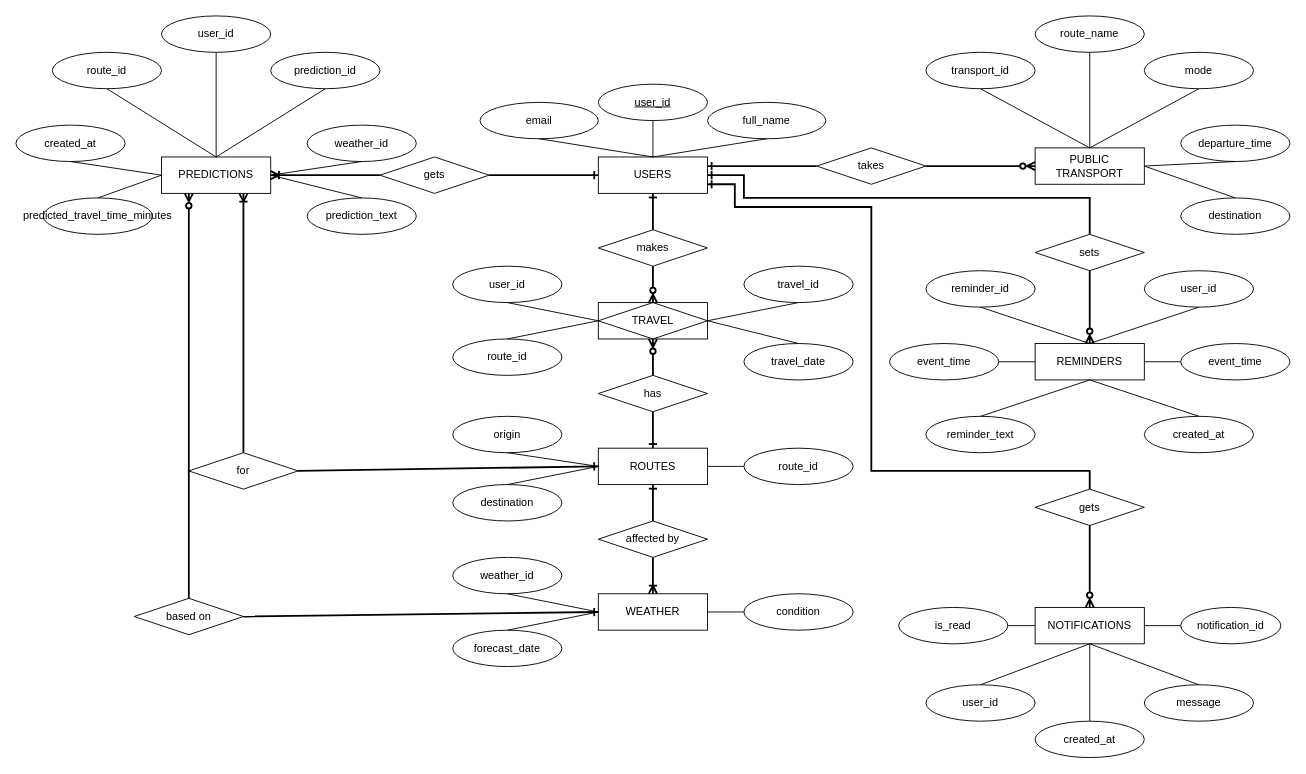
The draw.io diagram ERD.drawio in jjjandib6013/IT-IMDBSYS31, before the edit. Source tidied: cells renumbered, new cells numbered last; positions are measured from the earlier drawing's top-left corner, leaving out a move shared by most shapes. Both pictures are drawn from the tidied source at 91%, with x=0, y=0 at pixel (15, 15).
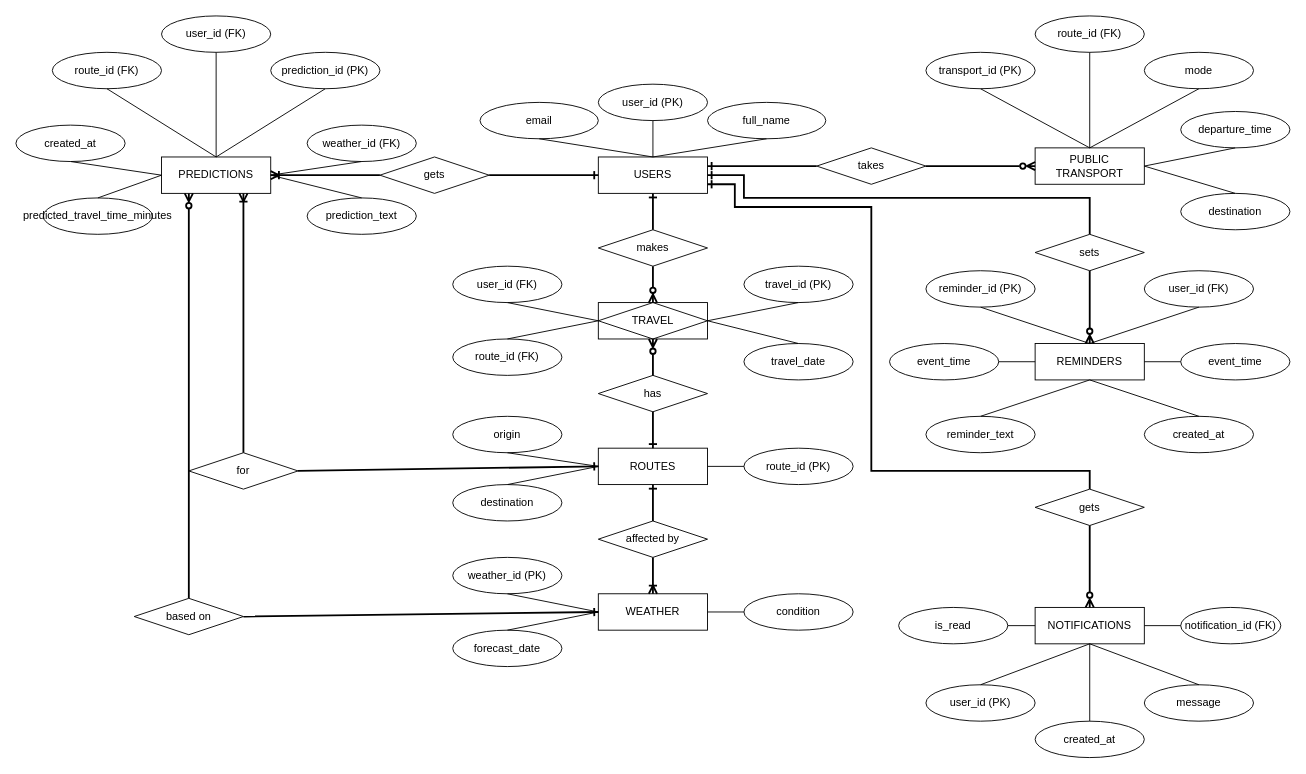
The same diagram, later.

The edit, as a diff of the source:
```diff
@@
-    <mxCell id="16" value="&lt;u&gt;user_id&lt;/u&gt;" style="ellipse;whiteSpace=wrap;html=1;align=center;" parent="1" vertex="1">
+    <mxCell id="16" value="user_id&amp;nbsp;(PK)" style="ellipse;whiteSpace=wrap;html=1;align=center;" parent="1" vertex="1">
       <mxGeometry x="640" y="75" width="120" height="40" as="geometry" />
     </mxCell>
@@
-    <mxCell id="26" value="user_id" style="ellipse;whiteSpace=wrap;html=1;align=center;" parent="1" vertex="1">
+    <mxCell id="26" value="user_id (FK)" style="ellipse;whiteSpace=wrap;html=1;align=center;" parent="1" vertex="1">
       <mxGeometry x="480" y="275" width="120" height="40" as="geometry" />
     </mxCell>
-    <mxCell id="27" value="route_id" style="ellipse;whiteSpace=wrap;html=1;align=center;" parent="1" vertex="1">
+    <mxCell id="27" value="route_id (FK)" style="ellipse;whiteSpace=wrap;html=1;align=center;" parent="1" vertex="1">
       <mxGeometry x="480" y="355" width="120" height="40" as="geometry" />
     </mxCell>
-    <mxCell id="28" value="travel_id" style="ellipse;whiteSpace=wrap;html=1;align=center;" parent="1" vertex="1">
+    <mxCell id="28" value="travel_id (PK)" style="ellipse;whiteSpace=wrap;html=1;align=center;" parent="1" vertex="1">
       <mxGeometry x="800" y="275" width="120" height="40" as="geometry" />
     </mxCell>
@@
-    <mxCell id="32" value="route_id" style="ellipse;whiteSpace=wrap;html=1;align=center;" parent="1" vertex="1">
+    <mxCell id="32" value="route_id (PK)" style="ellipse;whiteSpace=wrap;html=1;align=center;" parent="1" vertex="1">
       <mxGeometry x="800" y="475" width="120" height="40" as="geometry" />
     </mxCell>
-    <mxCell id="33" value="weather_id" style="ellipse;whiteSpace=wrap;html=1;align=center;" parent="1" vertex="1">
+    <mxCell id="33" value="weather_id (PK)" style="ellipse;whiteSpace=wrap;html=1;align=center;" parent="1" vertex="1">
       <mxGeometry x="480" y="595" width="120" height="40" as="geometry" />
     </mxCell>
@@
-    <mxCell id="38" value="notification_id" style="ellipse;whiteSpace=wrap;html=1;align=center;" parent="1" vertex="1">
+    <mxCell id="38" value="notification_id (FK)" style="ellipse;whiteSpace=wrap;html=1;align=center;" parent="1" vertex="1">
       <mxGeometry x="1280" y="650" width="110" height="40" as="geometry" />
     </mxCell>
@@
-    <mxCell id="41" value="user_id" style="ellipse;whiteSpace=wrap;html=1;align=center;" parent="1" vertex="1">
+    <mxCell id="41" value="user_id (FK)" style="ellipse;whiteSpace=wrap;html=1;align=center;" parent="1" vertex="1">
       <mxGeometry x="160" width="120" height="40" as="geometry" />
     </mxCell>
-    <mxCell id="42" value="route_id" style="ellipse;whiteSpace=wrap;html=1;align=center;" parent="1" vertex="1">
+    <mxCell id="42" value="route_id (FK)" style="ellipse;whiteSpace=wrap;html=1;align=center;" parent="1" vertex="1">
       <mxGeometry x="40" y="40" width="120" height="40" as="geometry" />
     </mxCell>
@@
-    <mxCell id="44" value="prediction_id" style="ellipse;whiteSpace=wrap;html=1;align=center;" parent="1" vertex="1">
+    <mxCell id="44" value="prediction_id (PK)" style="ellipse;whiteSpace=wrap;html=1;align=center;" parent="1" vertex="1">
       <mxGeometry x="280" y="40" width="120" height="40" as="geometry" />
     </mxCell>
@@
-    <mxCell id="46" value="user_id" style="ellipse;whiteSpace=wrap;html=1;align=center;" parent="1" vertex="1">
+    <mxCell id="46" value="user_id (FK)" style="ellipse;whiteSpace=wrap;html=1;align=center;" parent="1" vertex="1">
       <mxGeometry x="1240" y="280" width="120" height="40" as="geometry" />
     </mxCell>
@@
-    <mxCell id="50" value="reminder_id" style="ellipse;whiteSpace=wrap;html=1;align=center;" parent="1" vertex="1">
+    <mxCell id="50" value="reminder_id (PK)" style="ellipse;whiteSpace=wrap;html=1;align=center;" parent="1" vertex="1">
       <mxGeometry x="1000" y="280" width="120" height="40" as="geometry" />
     </mxCell>
-    <mxCell id="51" value="weather_id" style="ellipse;whiteSpace=wrap;html=1;align=center;" parent="1" vertex="1">
+    <mxCell id="51" value="weather_id (FK)" style="ellipse;whiteSpace=wrap;html=1;align=center;" parent="1" vertex="1">
       <mxGeometry x="320" y="120" width="120" height="40" as="geometry" />
     </mxCell>
@@
-    <mxCell id="53" value="user_id" style="ellipse;whiteSpace=wrap;html=1;align=center;" parent="1" vertex="1">
+    <mxCell id="53" value="user_id (PK)" style="ellipse;whiteSpace=wrap;html=1;align=center;" parent="1" vertex="1">
       <mxGeometry x="1000" y="735" width="120" height="40" as="geometry" />
     </mxCell>
-    <mxCell id="54" value="transport_id" style="ellipse;whiteSpace=wrap;html=1;align=center;rotation=0;" parent="1" vertex="1">
+    <mxCell id="54" value="transport_id (PK)" style="ellipse;whiteSpace=wrap;html=1;align=center;rotation=0;" parent="1" vertex="1">
       <mxGeometry x="1000" y="40" width="120" height="40" as="geometry" />
     </mxCell>
     <mxCell id="55" value="destination" style="ellipse;whiteSpace=wrap;html=1;align=center;" parent="1" vertex="1">
-      <mxGeometry x="1280" y="200" width="120" height="40" as="geometry" />
+      <mxGeometry x="1280" y="195" width="120" height="40" as="geometry" />
     </mxCell>
@@
-    <mxCell id="57" value="route_name" style="ellipse;whiteSpace=wrap;html=1;align=center;" parent="1" vertex="1">
+    <mxCell id="57" value="route_id (FK)" style="ellipse;whiteSpace=wrap;html=1;align=center;" parent="1" vertex="1">
       <mxGeometry x="1120" width="120" height="40" as="geometry" />
     </mxCell>
@@
     <mxCell id="60" value="departure_time" style="ellipse;whiteSpace=wrap;html=1;align=center;" parent="1" vertex="1">
-      <mxGeometry x="1280" y="120" width="120" height="40" as="geometry" />
+      <mxGeometry x="1280" y="105" width="120" height="40" as="geometry" />
     </mxCell>
```
